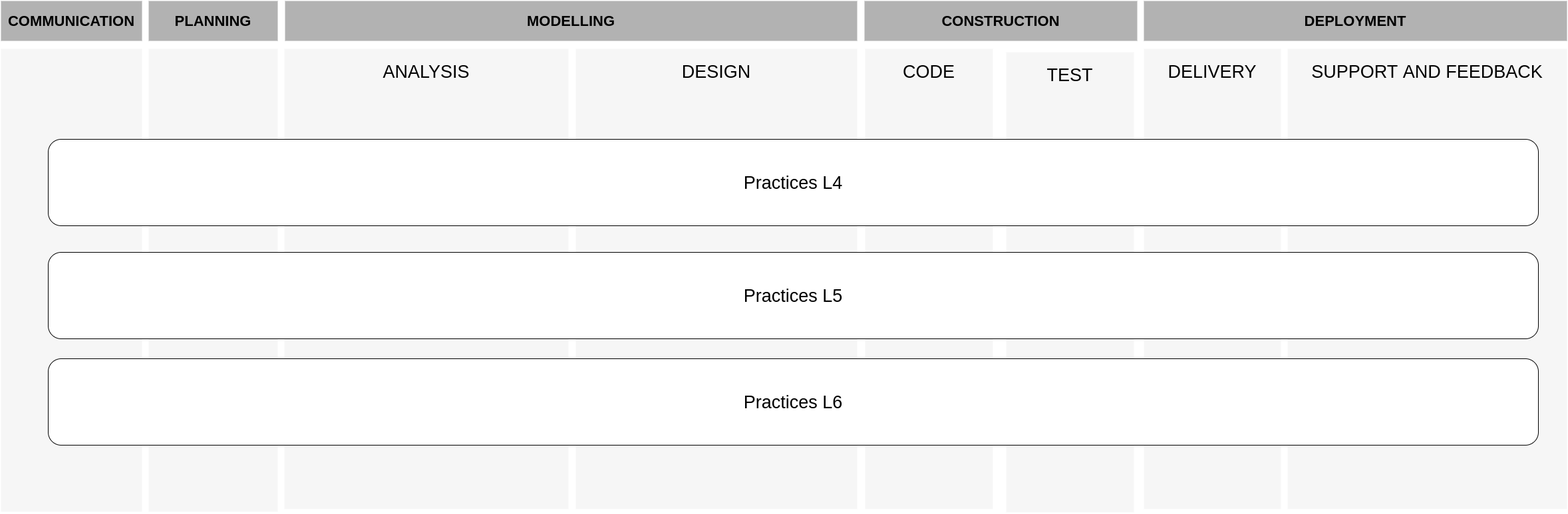
ASERG-STELA/shu-development-process keeps this draw.io diagram as Process.png. Above is the earlier version. Source tidied: cells renumbered, new cells last; positions are measured from the earlier drawing's top-left corner, leaving out a move shared by most shapes.
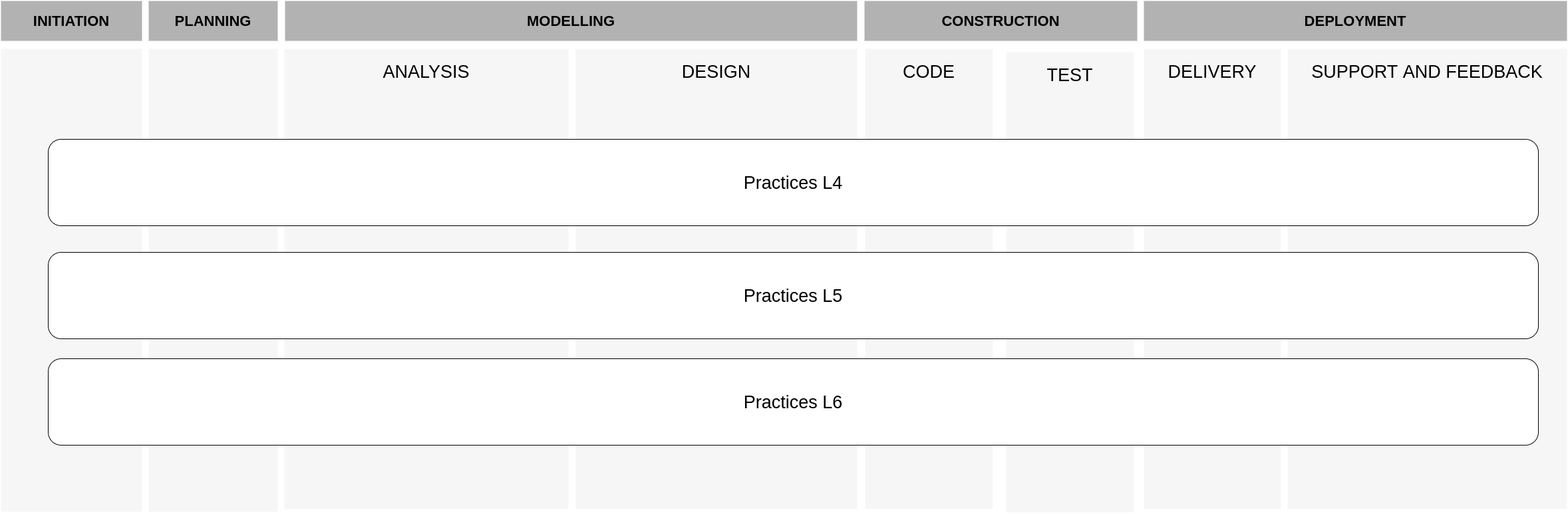
After the change.

Commit message:
Changing communication to initiation

Diff of the diagram source:
```diff
@@ -23,9 +23,9 @@
     <mxCell id="8" style="html=1;whiteSpace=wrap;fontSize=11;spacing=5;strokeOpacity=0;fillOpacity=100;fillColor=#f6f6f6;strokeWidth=3;" parent="1" vertex="1">
       <mxGeometry y="72" width="212" height="696" as="geometry" />
     </mxCell>
-    <mxCell id="9" value="COMMUNICATION" style="html=1;whiteSpace=wrap;fontSize=22;fontColor=#000000;fontStyle=1;spacing=5;strokeOpacity=0;fillOpacity=100;fillColor=#b2b2b2;strokeWidth=3;" parent="1" vertex="1">
-      <mxGeometry width="212" height="60" as="geometry" />
-    </mxCell>
+    <mxCell id="18" value="INITIATION" style="html=1;whiteSpace=wrap;fontSize=22;fontColor=#000000;fontStyle=1;spacing=5;strokeOpacity=0;fillOpacity=100;fillColor=#b2b2b2;strokeWidth=3;" parent="1" vertex="1">
+      <mxGeometry width="212" height="60" as="geometry" />
+    </mxCell>
     <mxCell id="10" value="PLANNING" style="html=1;whiteSpace=wrap;fontSize=22;fontColor=#000000;fontStyle=1;spacing=5;strokeOpacity=0;fillOpacity=100;fillColor=#b2b2b2;strokeWidth=3;" parent="1" vertex="1">
       <mxGeometry x="222" width="194" height="60" as="geometry" />
     </mxCell>
```
